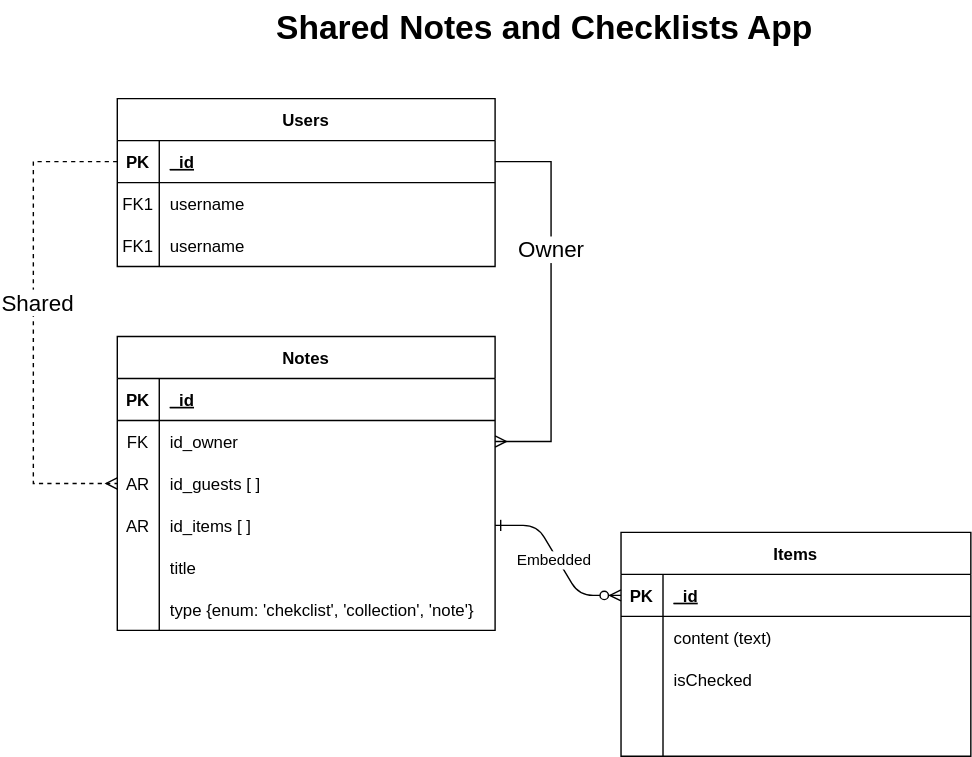
Earlier version of the draw.io export extras/erd.svg (robertkoszegi/notes-app). Source tidied: cells renumbered, new cells last; positions are measured from the earlier drawing's top-left corner, leaving out a move shared by most shapes.
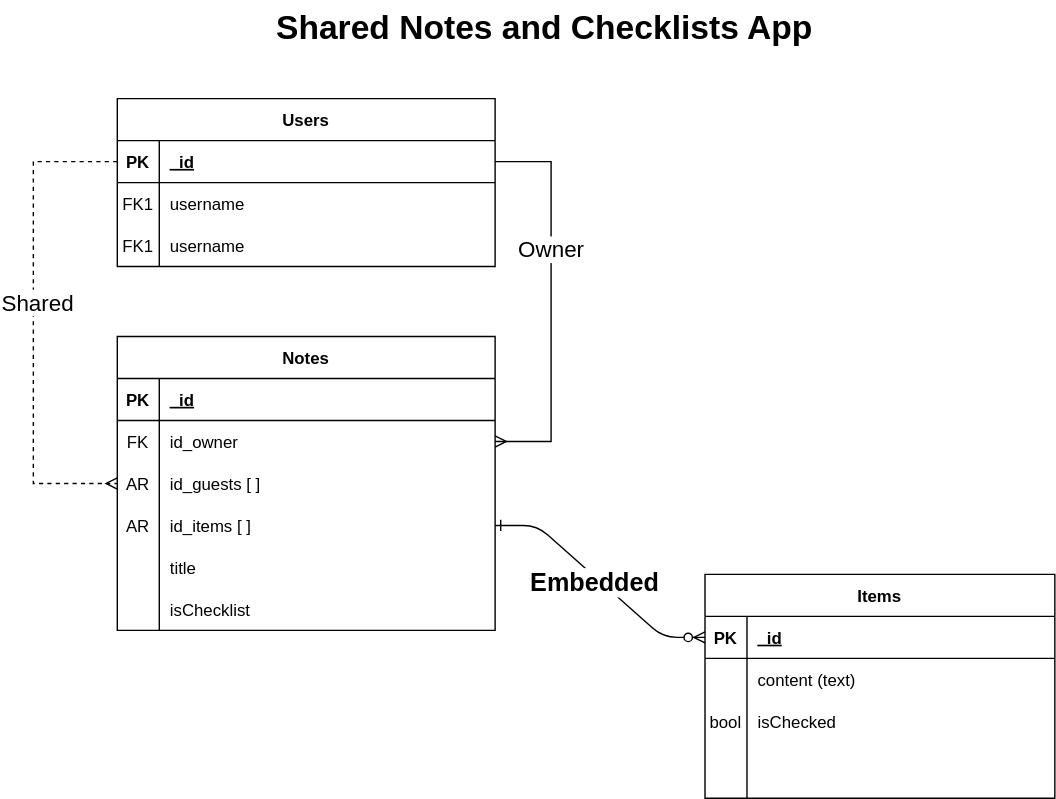
The same file after the commit.

Change to the diagram source:
```diff
@@ -5,11 +5,11 @@
     <mxCell id="2" style="edgeStyle=entityRelationEdgeStyle;endArrow=ERzeroToMany;startArrow=ERone;endFill=1;startFill=0;entryX=0;entryY=0.5;entryDx=0;entryDy=0;" parent="1" edge="1" source="37" target="5">
       <mxGeometry relative="1" as="geometry" />
     </mxCell>
-    <mxCell id="3" value="Embedded" style="edgeLabel;html=1;align=center;verticalAlign=middle;" parent="2" vertex="1">
+    <mxCell id="3" value="&lt;b style=&quot;font-size: 18px;&quot;&gt;Embedded&lt;/b&gt;" style="edgeLabel;html=1;align=center;verticalAlign=middle;fontSize=18;" parent="2" vertex="1">
       <mxGeometry x="-0.04" y="-3" relative="1" as="geometry" />
     </mxCell>
     <mxCell id="4" value="Items" style="shape=table;startSize=30;rowLines=0;fontStyle=1;align=center;" parent="1" vertex="1">
-      <mxGeometry x="420" y="380" width="250" height="160" as="geometry" />
+      <mxGeometry x="480" y="410" width="250" height="160" as="geometry" />
     </mxCell>
     <mxCell id="5" style="shape=partialRectangle;fillColor=none;points=[[0,0.5],[1,0.5]];portConstraint=eastwest;top=0;left=0;right=0;bottom=1;" parent="4" vertex="1">
       <mxGeometry y="30" width="250" height="30" as="geometry" />
@@ -32,7 +32,7 @@
     <mxCell id="11" style="shape=partialRectangle;fillColor=none;top=0;left=0;right=0;bottom=0;" parent="4" vertex="1">
       <mxGeometry y="90" width="250" height="30" as="geometry" />
     </mxCell>
-    <mxCell id="12" style="shape=partialRectangle;overflow=hidden;fillColor=none;top=0;left=0;bottom=0;right=0;" parent="11" vertex="1">
+    <mxCell id="12" value="bool" style="shape=partialRectangle;overflow=hidden;fillColor=none;top=0;left=0;bottom=0;right=0;" parent="11" vertex="1">
       <mxGeometry width="30" height="30" as="geometry" />
     </mxCell>
     <mxCell id="13" value="isChecked" style="shape=partialRectangle;overflow=hidden;fillColor=none;top=0;left=0;bottom=0;right=0;align=left;spacingLeft=6;" parent="11" vertex="1">
@@ -131,7 +131,7 @@
     <mxCell id="44" style="shape=partialRectangle;overflow=hidden;fillColor=none;top=0;left=0;bottom=0;right=0;" parent="43" vertex="1">
       <mxGeometry width="30" height="30" as="geometry" />
     </mxCell>
-    <mxCell id="45" value="type {enum: 'chekclist', 'collection', 'note'}" style="shape=partialRectangle;overflow=hidden;fillColor=none;top=0;left=0;bottom=0;right=0;align=left;spacingLeft=6;" parent="43" vertex="1">
+    <mxCell id="45" value="isChecklist" style="shape=partialRectangle;overflow=hidden;fillColor=none;top=0;left=0;bottom=0;right=0;align=left;spacingLeft=6;" parent="43" vertex="1">
       <mxGeometry x="30" width="240" height="30" as="geometry" />
     </mxCell>
     <mxCell id="46" style="edgeStyle=orthogonalEdgeStyle;rounded=0;jettySize=auto;html=1;endArrow=ERmany;endFill=0;" parent="1" edge="1" source="18">
```
